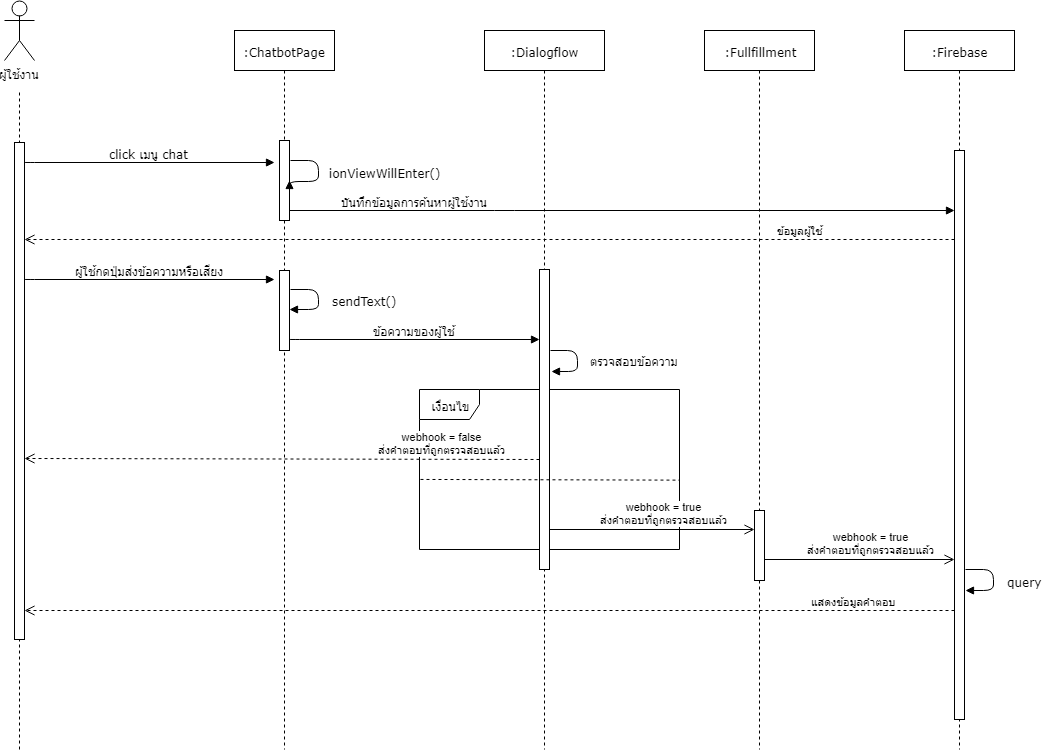
Earlier version of the draw.io export Document/Latex/Figures/3/Sequence/chatbot.png (Inwfour/Latex). Source tidied: cells renumbered, new cells last; positions are measured from the earlier drawing's top-left corner, leaving out a move shared by most shapes.
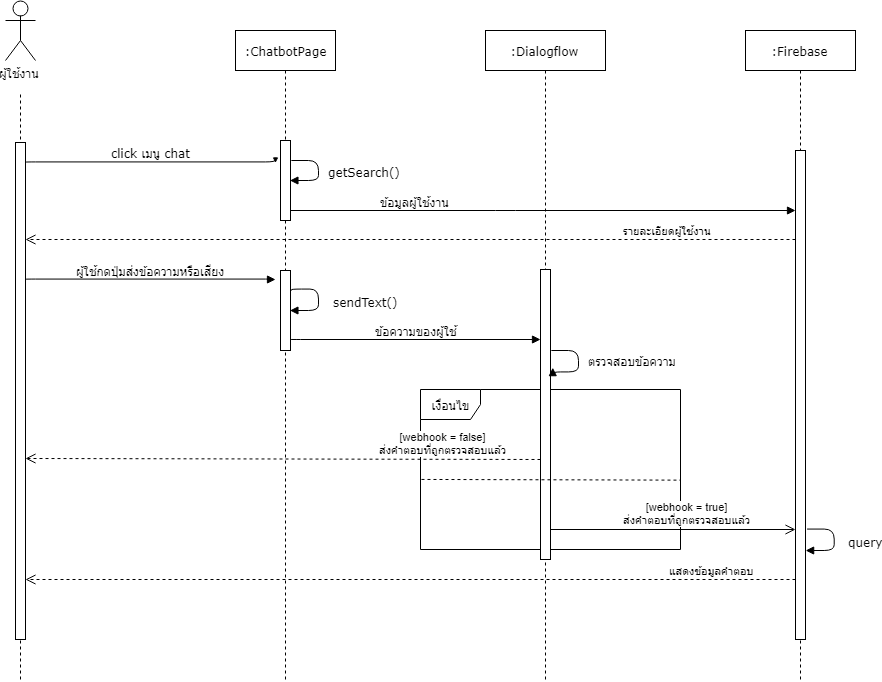
The same diagram one commit later.

Change to the diagram source:
```diff
@@ -7,12 +7,12 @@
     </mxCell>
     <mxCell id="3" style="endArrow=none;dashed=1;html=1;" parent="1" edge="1">
       <mxGeometry relative="1" as="geometry">
-        <mxPoint x="15" y="749" as="sourcePoint" />
+        <mxPoint x="15" y="679" as="sourcePoint" />
         <mxPoint x="15" y="92" as="targetPoint" />
       </mxGeometry>
     </mxCell>
     <mxCell id="4" value=":ChatbotPage" style="shape=umlLifeline;perimeter=lifelinePerimeter;whiteSpace=wrap;html=1;rounded=0;shadow=0;comic=0;labelBackgroundColor=none;strokeColor=#000000;strokeWidth=1;fillColor=#FFFFFF;fontFamily=Verdana;fontSize=12;fontColor=#000000;align=center;" parent="1" vertex="1">
-      <mxGeometry x="230" y="30" width="100" height="719" as="geometry" />
+      <mxGeometry x="230" y="30" width="100" height="649" as="geometry" />
     </mxCell>
     <mxCell id="5" style="html=1;perimeter=orthogonalPerimeter;rounded=0;shadow=0;comic=0;labelBackgroundColor=none;strokeColor=#000000;strokeWidth=1;fillColor=#FFFFFF;fontFamily=Verdana;fontSize=12;fontColor=#000000;align=center;" parent="4" vertex="1">
       <mxGeometry x="45" y="110" width="10" height="80" as="geometry" />
@@ -21,27 +21,20 @@
       <mxGeometry x="45" y="240" width="10" height="80" as="geometry" />
     </mxCell>
     <mxCell id="7" value=":Dialogflow" style="shape=umlLifeline;perimeter=lifelinePerimeter;whiteSpace=wrap;html=1;rounded=0;shadow=0;comic=0;labelBackgroundColor=none;strokeColor=#000000;strokeWidth=1;fillColor=#FFFFFF;fontFamily=Verdana;fontSize=12;fontColor=#000000;align=center;" parent="1" vertex="1">
-      <mxGeometry x="480" y="30" width="120" height="719" as="geometry" />
+      <mxGeometry x="480" y="30" width="120" height="649" as="geometry" />
     </mxCell>
-    <mxCell id="8" value=":Fullfillment" style="shape=umlLifeline;perimeter=lifelinePerimeter;whiteSpace=wrap;html=1;rounded=0;shadow=0;comic=0;labelBackgroundColor=none;strokeColor=#000000;strokeWidth=1;fillColor=#FFFFFF;fontFamily=Verdana;fontSize=12;fontColor=#000000;align=center;" parent="1" vertex="1">
-      <mxGeometry x="700" y="30" width="110" height="719" as="geometry" />
-    </mxCell>
-    <mxCell id="9" style="html=1;perimeter=orthogonalPerimeter;rounded=0;shadow=0;comic=0;labelBackgroundColor=none;strokeColor=#000000;strokeWidth=1;fillColor=#FFFFFF;fontFamily=Verdana;fontSize=12;fontColor=#000000;align=center;" parent="8" vertex="1">
-      <mxGeometry x="50" y="480" width="10" height="70" as="geometry" />
-    </mxCell>
     <mxCell id="10" value="click เมนู chat" style="html=1;verticalAlign=bottom;endArrow=block;labelBackgroundColor=none;fontFamily=Verdana;fontSize=12;edgeStyle=elbowEdgeStyle;elbow=vertical;" parent="1" edge="1">
       <mxGeometry relative="1" as="geometry">
         <mxPoint x="20" y="161.9" as="sourcePoint" />
         <mxPoint x="270" y="162" as="targetPoint" />
       </mxGeometry>
     </mxCell>
-    <mxCell id="11" value="บันทึกข้อมูลการค้นหาผู้ใช้งาน" style="html=1;verticalAlign=bottom;endArrow=block;labelBackgroundColor=none;fontFamily=Verdana;fontSize=12;edgeStyle=elbowEdgeStyle;elbow=vertical;" parent="1" edge="1" target="23">
-      <mxGeometry x="-0.35" y="-90" relative="1" as="geometry">
+    <mxCell id="11" value="ข้อมูลผู้ใช้งาน" style="html=1;verticalAlign=bottom;endArrow=block;labelBackgroundColor=none;fontFamily=Verdana;fontSize=12;edgeStyle=elbowEdgeStyle;elbow=vertical;" parent="1" edge="1" target="23">
+      <mxGeometry x="-0.51" relative="1" as="geometry">
         <mxPoint x="285" y="210" as="sourcePoint" />
         <Array as="points">
           <mxPoint x="500" y="210" />
         </Array>
-        <mxPoint x="-90" y="-90" as="offset" />
       </mxGeometry>
     </mxCell>
     <mxCell id="12" value="ผู้ใช้งาน" style="shape=umlActor;verticalLabelPosition=bottom;labelBackgroundColor=#ffffff;verticalAlign=top;html=1;rounded=0;" parent="1" vertex="1">
@@ -51,22 +44,23 @@
       <mxGeometry x="10" y="142" width="10" height="497" as="geometry" />
     </mxCell>
     <mxCell id="14" style="html=1;points=[];perimeter=orthogonalPerimeter;rounded=0;shadow=0;comic=0;labelBackgroundColor=none;strokeColor=#000000;strokeWidth=1;fillColor=#FFFFFF;fontFamily=Verdana;fontSize=12;fontColor=#000000;align=center;" parent="1" vertex="1">
-      <mxGeometry x="535" y="269" width="10" height="300" as="geometry" />
+      <mxGeometry x="535" y="269" width="10" height="290" as="geometry" />
     </mxCell>
-    <mxCell id="15" value="&lt;span&gt;ionViewWillEnter&lt;/span&gt;()" style="html=1;verticalAlign=bottom;endArrow=block;labelBackgroundColor=none;fontFamily=Verdana;fontSize=12;edgeStyle=orthogonalEdgeStyle;elbow=vertical;exitX=1.183;exitY=0.2;exitDx=0;exitDy=0;exitPerimeter=0;entryX=1.146;entryY=0.305;entryDx=0;entryDy=0;entryPerimeter=0;" parent="1" edge="1">
-      <mxGeometry x="0.27" y="-67" relative="1" as="geometry">
+    <mxCell id="15" value="getSearch()" style="html=1;verticalAlign=bottom;endArrow=block;labelBackgroundColor=none;fontFamily=Verdana;fontSize=12;edgeStyle=orthogonalEdgeStyle;elbow=vertical;exitX=1.183;exitY=0.2;exitDx=0;exitDy=0;exitPerimeter=0;entryX=1.146;entryY=0.305;entryDx=0;entryDy=0;entryPerimeter=0;" parent="1" edge="1">
+      <mxGeometry x="0.24" y="-46" relative="1" as="geometry">
         <mxPoint x="286" y="160" as="sourcePoint" />
         <mxPoint x="285" y="180" as="targetPoint" />
         <Array as="points">
           <mxPoint x="313.5" y="159.5" />
           <mxPoint x="313.5" y="180.5" />
         </Array>
-        <mxPoint x="67" y="67" as="offset" />
+        <mxPoint x="46" y="46" as="offset" />
       </mxGeometry>
     </mxCell>
-    <mxCell id="16" value="ข้อมูลผู้ใช้" style="html=1;verticalAlign=bottom;endArrow=open;dashed=1;endSize=8;" parent="1" edge="1" target="13">
+    <mxCell id="16" value="รายละเอียดผู้ใช้งาน" style="html=1;verticalAlign=bottom;endArrow=open;dashed=1;endSize=8;" parent="1" edge="1">
       <mxGeometry x="-0.67" relative="1" as="geometry">
-        <mxPoint x="950" y="239" as="sourcePoint" />
+        <mxPoint x="790" y="239" as="sourcePoint" />
+        <mxPoint x="20" y="239" as="targetPoint" />
       </mxGeometry>
     </mxCell>
     <mxCell id="17" style="endArrow=none;endFill=0;endSize=24;html=1;dashed=1;entryX=0.999;entryY=0.567;entryDx=0;entryDy=0;entryPerimeter=0;exitX=0.005;exitY=0.566;exitDx=0;exitDy=0;exitPerimeter=0;" parent="1" edge="1">
@@ -112,42 +106,37 @@
       </mxGeometry>
     </mxCell>
     <mxCell id="22" value=":Firebase" style="shape=umlLifeline;perimeter=lifelinePerimeter;whiteSpace=wrap;html=1;rounded=0;shadow=0;comic=0;labelBackgroundColor=none;strokeColor=#000000;strokeWidth=1;fillColor=#FFFFFF;fontFamily=Verdana;fontSize=12;fontColor=#000000;align=center;" parent="1" vertex="1">
-      <mxGeometry x="900" y="30" width="110" height="719" as="geometry" />
+      <mxGeometry x="740" y="30" width="110" height="649" as="geometry" />
     </mxCell>
     <mxCell id="23" style="html=1;points=[];perimeter=orthogonalPerimeter;rounded=0;shadow=0;comic=0;labelBackgroundColor=none;strokeColor=#000000;strokeWidth=1;fillColor=#FFFFFF;fontFamily=Verdana;fontSize=12;fontColor=#000000;align=center;" parent="1" vertex="1">
-      <mxGeometry x="950" y="150" width="10" height="569" as="geometry" />
+      <mxGeometry x="790" y="150" width="10" height="489" as="geometry" />
     </mxCell>
-    <mxCell id="24" value="webhook = false&lt;br&gt;ส่งคำตอบที่ถูกตรวจสอบแล้ว&lt;br&gt;" style="html=1;verticalAlign=bottom;endArrow=open;dashed=1;endSize=8;" parent="1" edge="1">
+    <mxCell id="24" value="[webhook = false]&lt;br&gt;ส่งคำตอบที่ถูกตรวจสอบแล้ว&lt;br&gt;" style="html=1;verticalAlign=bottom;endArrow=open;dashed=1;endSize=8;" parent="1" edge="1">
       <mxGeometry x="-0.62" relative="1" as="geometry">
         <mxPoint x="535" y="459" as="sourcePoint" />
         <mxPoint x="20" y="458" as="targetPoint" />
       </mxGeometry>
     </mxCell>
-    <mxCell id="25" value="webhook = true&lt;br&gt;ส่งคำตอบที่ถูกตรวจสอบแล้ว&lt;br&gt;" style="html=1;verticalAlign=bottom;endArrow=open;endSize=8;" parent="1" edge="1">
+    <mxCell id="25" value="[webhook = true]&lt;br&gt;ส่งคำตอบที่ถูกตรวจสอบแล้ว&lt;br&gt;" style="html=1;verticalAlign=bottom;endArrow=open;endSize=8;" parent="1" edge="1" target="23">
       <mxGeometry x="0.12" relative="1" as="geometry">
         <mxPoint x="545" y="529" as="sourcePoint" />
-        <mxPoint x="750" y="529" as="targetPoint" />
       </mxGeometry>
     </mxCell>
-    <mxCell id="26" value="webhook = true&lt;br&gt;ส่งคำตอบที่ถูกตรวจสอบแล้ว&lt;br&gt;" style="html=1;verticalAlign=bottom;endArrow=open;endSize=8;" parent="1" edge="1">
-      <mxGeometry x="0.12" relative="1" as="geometry">
-        <mxPoint x="760" y="559" as="sourcePoint" />
-        <mxPoint x="950" y="559" as="targetPoint" />
-      </mxGeometry>
-    </mxCell>
-    <mxCell id="27" value="query" style="html=1;verticalAlign=bottom;endArrow=block;labelBackgroundColor=none;fontFamily=Verdana;fontSize=12;edgeStyle=orthogonalEdgeStyle;elbow=vertical;exitX=1.183;exitY=0.2;exitDx=0;exitDy=0;exitPerimeter=0;entryX=1.109;entryY=0.773;entryDx=0;entryDy=0;entryPerimeter=0;" parent="1" edge="1" target="23">
+    <mxCell id="27" value="query" style="html=1;verticalAlign=bottom;endArrow=block;labelBackgroundColor=none;fontFamily=Verdana;fontSize=12;edgeStyle=orthogonalEdgeStyle;elbow=vertical;exitX=1.183;exitY=0.2;exitDx=0;exitDy=0;exitPerimeter=0;entryX=1.109;entryY=0.773;entryDx=0;entryDy=0;entryPerimeter=0;" parent="1" edge="1">
       <mxGeometry x="0.27" y="-31" relative="1" as="geometry">
-        <mxPoint x="961" y="569.2" as="sourcePoint" />
+        <mxPoint x="801" y="529.2" as="sourcePoint" />
+        <mxPoint x="800.8" y="549.6" as="targetPoint" />
         <Array as="points">
-          <mxPoint x="989" y="569" />
-          <mxPoint x="989" y="590" />
+          <mxPoint x="829" y="529" />
+          <mxPoint x="829" y="550" />
         </Array>
         <mxPoint x="31" y="31" as="offset" />
       </mxGeometry>
     </mxCell>
-    <mxCell id="28" value="แสดงข้อมูลคำตอบ" style="html=1;verticalAlign=bottom;endArrow=open;dashed=1;endSize=8;" parent="1" edge="1" target="13">
+    <mxCell id="28" value="แสดงข้อมูลคำตอบ" style="html=1;verticalAlign=bottom;endArrow=open;dashed=1;endSize=8;" parent="1" edge="1">
       <mxGeometry x="-0.78" relative="1" as="geometry">
-        <mxPoint x="950" y="610" as="sourcePoint" />
+        <mxPoint x="790" y="579" as="sourcePoint" />
+        <mxPoint x="20" y="579" as="targetPoint" />
       </mxGeometry>
     </mxCell>
   </root>
```
